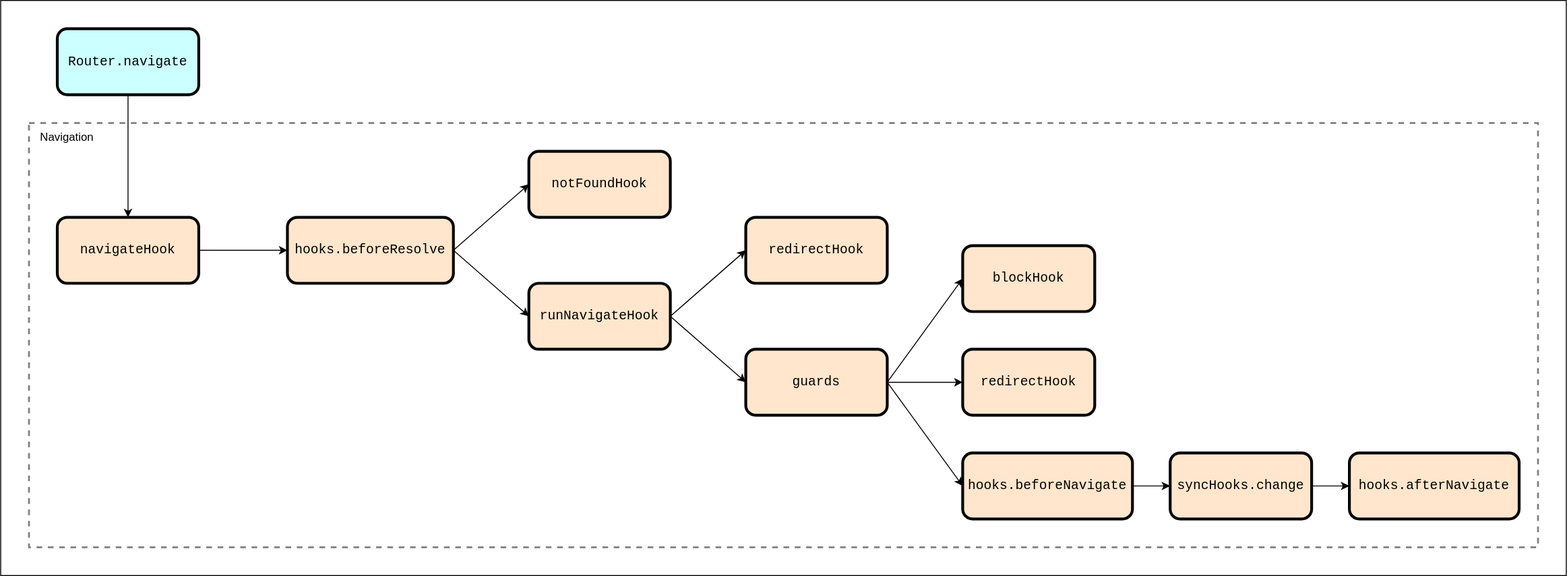
Before: tools/docSite/static/img/router/hooks.navigate.drawio.svg, a diagram exported from draw.io (tramvaijs/tramvai). Source tidied: cells renumbered, new cells last; positions are measured from the earlier drawing's top-left corner, leaving out a move shared by most shapes.
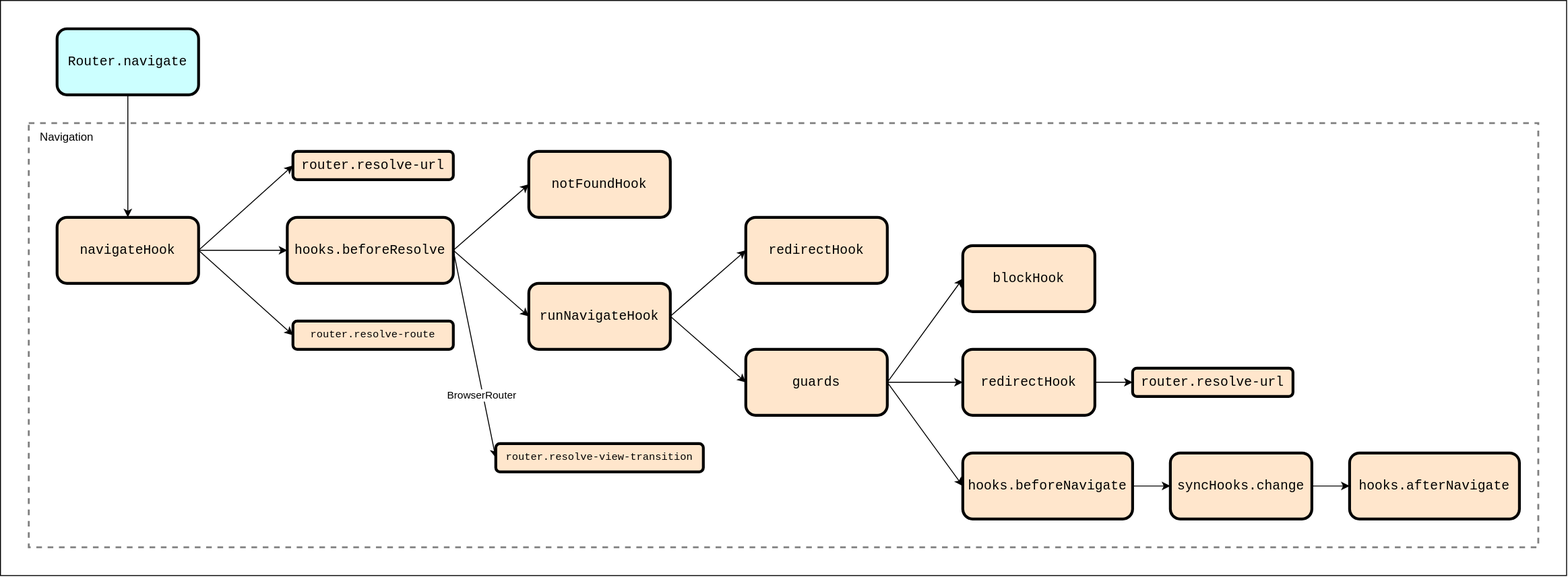
The same file after the commit.

Diff of the diagram source:
```diff
@@ -8,9 +8,15 @@
     <mxCell id="3" style="rounded=0;whiteSpace=wrap;html=1;labelBackgroundColor=none;strokeColor=#808080;strokeWidth=2;fontSize=12;fontColor=#000000;fillColor=none;dashed=1;align=left;" parent="1" vertex="1">
       <mxGeometry x="30" y="130" width="1600" height="450" as="geometry" />
     </mxCell>
-    <mxCell id="4" style="edgeStyle=none;html=1;exitX=1;exitY=0.5;exitDx=0;exitDy=0;entryX=0;entryY=0.5;entryDx=0;entryDy=0;fontSize=12;fontColor=#000000;" parent="1" edge="1" source="5" target="13">
+    <mxCell id="4" style="edgeStyle=none;html=1;entryX=0;entryY=0.5;entryDx=0;entryDy=0;fontSize=12;fontColor=#000000;exitX=1;exitY=0.5;exitDx=0;exitDy=0;" parent="1" edge="1" source="5" target="13">
       <mxGeometry relative="1" as="geometry" />
     </mxCell>
+    <mxCell id="28" style="edgeStyle=none;html=1;entryX=0;entryY=0.5;entryDx=0;entryDy=0;exitX=1;exitY=0.5;exitDx=0;exitDy=0;" parent="1" edge="1" source="5" target="34">
+      <mxGeometry relative="1" as="geometry" />
+    </mxCell>
+    <mxCell id="29" style="edgeStyle=none;html=1;entryX=0;entryY=0.5;entryDx=0;entryDy=0;exitX=1;exitY=0.5;exitDx=0;exitDy=0;" parent="1" edge="1" source="5" target="35">
+      <mxGeometry relative="1" as="geometry" />
+    </mxCell>
     <mxCell id="5" value="&lt;div style=&quot;font-family: &amp;quot;JetBrains Mono&amp;quot;, Menlo, Monaco, &amp;quot;Courier New&amp;quot;, monospace, Menlo, Monaco, &amp;quot;Courier New&amp;quot;, monospace; font-size: 14px; line-height: 21px;&quot;&gt;&lt;span style=&quot;&quot;&gt;navigateHook&lt;/span&gt;&lt;/div&gt;" style="rounded=1;whiteSpace=wrap;html=1;fillColor=#FFE6CC;fontColor=#000000;labelBackgroundColor=none;strokeWidth=3;strokeColor=#000000;" parent="1" vertex="1">
       <mxGeometry x="60" y="230" width="150" height="70" as="geometry" />
     </mxCell>
@@ -35,6 +41,14 @@
     <mxCell id="12" style="edgeStyle=none;html=1;entryX=0;entryY=0.5;entryDx=0;entryDy=0;exitX=1;exitY=0.5;exitDx=0;exitDy=0;" parent="1" edge="1" source="13" target="14">
       <mxGeometry relative="1" as="geometry" />
     </mxCell>
+    <mxCell id="30" style="edgeStyle=none;html=1;entryX=0;entryY=0.5;entryDx=0;entryDy=0;exitX=1;exitY=0.5;exitDx=0;exitDy=0;" parent="1" edge="1" source="13" target="36">
+      <mxGeometry relative="1" as="geometry" />
+    </mxCell>
+    <mxCell id="31" value="BrowserRouter" style="edgeLabel;html=1;align=center;verticalAlign=middle;" parent="30" vertex="1">
+      <mxGeometry x="0.39" y="-2" relative="1" as="geometry">
+        <mxPoint y="1" as="offset" />
+      </mxGeometry>
+    </mxCell>
     <mxCell id="13" value="&lt;div style=&quot;font-family: &amp;quot;JetBrains Mono&amp;quot;, Menlo, Monaco, &amp;quot;Courier New&amp;quot;, monospace, Menlo, Monaco, &amp;quot;Courier New&amp;quot;, monospace; font-size: 14px; line-height: 21px;&quot;&gt;&lt;span style=&quot;&quot;&gt;hooks.beforeResolve&lt;/span&gt;&lt;/div&gt;" style="rounded=1;whiteSpace=wrap;html=1;fillColor=#FFE6CC;fontColor=#000000;labelBackgroundColor=none;strokeWidth=3;strokeColor=#000000;" parent="1" vertex="1">
       <mxGeometry x="304" y="230" width="176" height="70" as="geometry" />
     </mxCell>
@@ -71,6 +85,9 @@
     <mxCell id="24" value="&lt;div style=&quot;font-family: &amp;quot;JetBrains Mono&amp;quot;, Menlo, Monaco, &amp;quot;Courier New&amp;quot;, monospace, Menlo, Monaco, &amp;quot;Courier New&amp;quot;, monospace; font-size: 14px; line-height: 21px;&quot;&gt;hooks.afterNavigate&lt;br&gt;&lt;/div&gt;" style="rounded=1;whiteSpace=wrap;html=1;fillColor=#FFE6CC;fontColor=#000000;labelBackgroundColor=none;strokeWidth=3;strokeColor=#000000;" parent="1" vertex="1">
       <mxGeometry x="1430" y="480" width="180" height="70" as="geometry" />
     </mxCell>
+    <mxCell id="32" style="edgeStyle=none;html=1;entryX=0;entryY=0.5;entryDx=0;entryDy=0;" parent="1" edge="1" source="25" target="33">
+      <mxGeometry relative="1" as="geometry" />
+    </mxCell>
     <mxCell id="25" value="&lt;div style=&quot;font-family: &amp;quot;JetBrains Mono&amp;quot;, Menlo, Monaco, &amp;quot;Courier New&amp;quot;, monospace, Menlo, Monaco, &amp;quot;Courier New&amp;quot;, monospace; font-size: 14px; line-height: 21px;&quot;&gt;redirectHook&lt;br&gt;&lt;/div&gt;" style="rounded=1;whiteSpace=wrap;html=1;fillColor=#FFE6CC;fontColor=#000000;labelBackgroundColor=none;strokeWidth=3;strokeColor=#000000;" parent="1" vertex="1">
       <mxGeometry x="1020" y="370" width="140" height="70" as="geometry" />
     </mxCell>
@@ -80,5 +97,17 @@
     <mxCell id="27" value="Navigation" style="text;html=1;align=center;verticalAlign=middle;strokeColor=none;fillColor=none;" parent="1" vertex="1">
       <mxGeometry x="30" y="130" width="80" height="30" as="geometry" />
     </mxCell>
+    <mxCell id="33" value="&lt;div style=&quot;font-family: &amp;quot;JetBrains Mono&amp;quot;, Menlo, Monaco, &amp;quot;Courier New&amp;quot;, monospace, Menlo, Monaco, &amp;quot;Courier New&amp;quot;, monospace; font-size: 14px; line-height: 21px;&quot;&gt;router.resolve-url&lt;br&gt;&lt;/div&gt;" style="rounded=1;whiteSpace=wrap;html=1;fillColor=#FFE6CC;fontColor=#000000;labelBackgroundColor=none;strokeWidth=3;strokeColor=#000000;" parent="1" vertex="1">
+      <mxGeometry x="1200" y="390" width="170" height="30" as="geometry" />
+    </mxCell>
+    <mxCell id="34" value="&lt;div style=&quot;font-family: &amp;quot;JetBrains Mono&amp;quot;, Menlo, Monaco, &amp;quot;Courier New&amp;quot;, monospace, Menlo, Monaco, &amp;quot;Courier New&amp;quot;, monospace; font-size: 14px; line-height: 21px;&quot;&gt;router.resolve-url&lt;br&gt;&lt;/div&gt;" style="rounded=1;whiteSpace=wrap;html=1;fillColor=#FFE6CC;fontColor=#000000;labelBackgroundColor=none;strokeWidth=3;strokeColor=#000000;" parent="1" vertex="1">
+      <mxGeometry x="310" y="160" width="170" height="30" as="geometry" />
+    </mxCell>
+    <mxCell id="35" value="&lt;div style=&quot;font-family: &amp;quot;JetBrains Mono&amp;quot;, Menlo, Monaco, &amp;quot;Courier New&amp;quot;, monospace, Menlo, Monaco, &amp;quot;Courier New&amp;quot;, monospace; line-height: 21px;&quot;&gt;router.resolve-route&lt;br&gt;&lt;/div&gt;" style="rounded=1;whiteSpace=wrap;html=1;fillColor=#FFE6CC;fontColor=#000000;labelBackgroundColor=none;strokeWidth=3;strokeColor=#000000;fontSize=11;" parent="1" vertex="1">
+      <mxGeometry x="310" y="340" width="170" height="30" as="geometry" />
+    </mxCell>
+    <mxCell id="36" value="&lt;div style=&quot;font-family: &amp;quot;JetBrains Mono&amp;quot;, Menlo, Monaco, &amp;quot;Courier New&amp;quot;, monospace, Menlo, Monaco, &amp;quot;Courier New&amp;quot;, monospace; line-height: 21px;&quot;&gt;router.resolve-view-transition&lt;br&gt;&lt;/div&gt;" style="rounded=1;whiteSpace=wrap;html=1;fillColor=#FFE6CC;fontColor=#000000;labelBackgroundColor=none;strokeWidth=3;strokeColor=#000000;fontSize=11;" parent="1" vertex="1">
+      <mxGeometry x="525" y="470" width="220" height="30" as="geometry" />
+    </mxCell>
   </root>
 </mxGraphModel>
```
